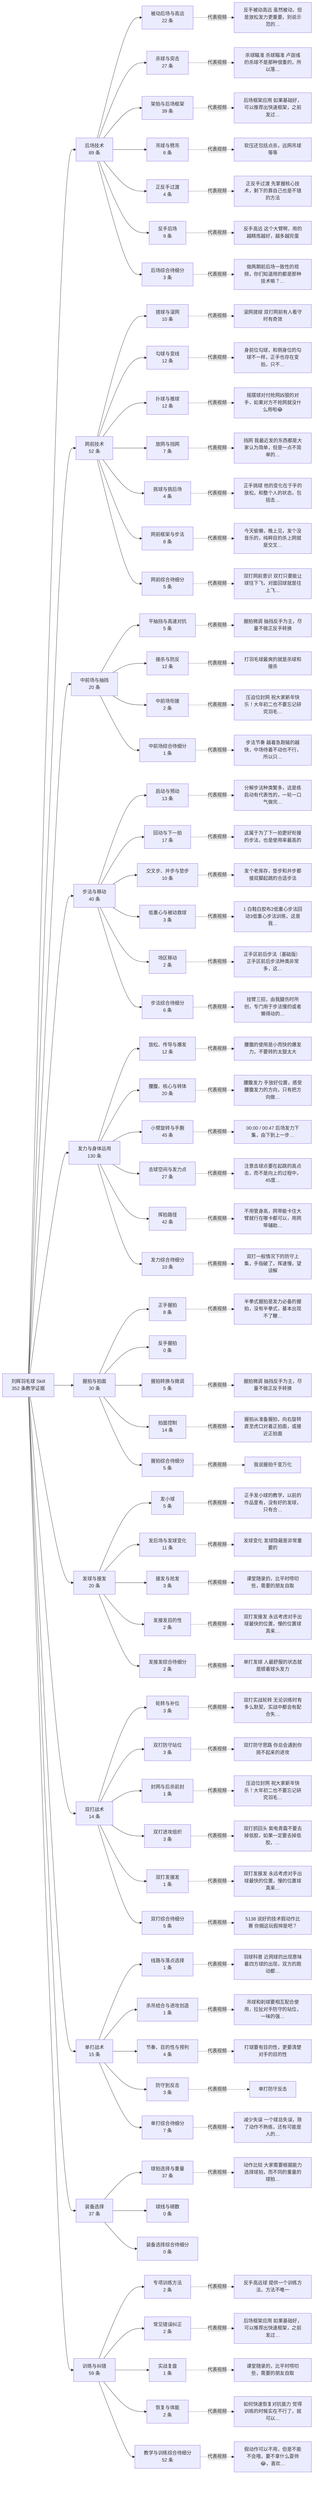
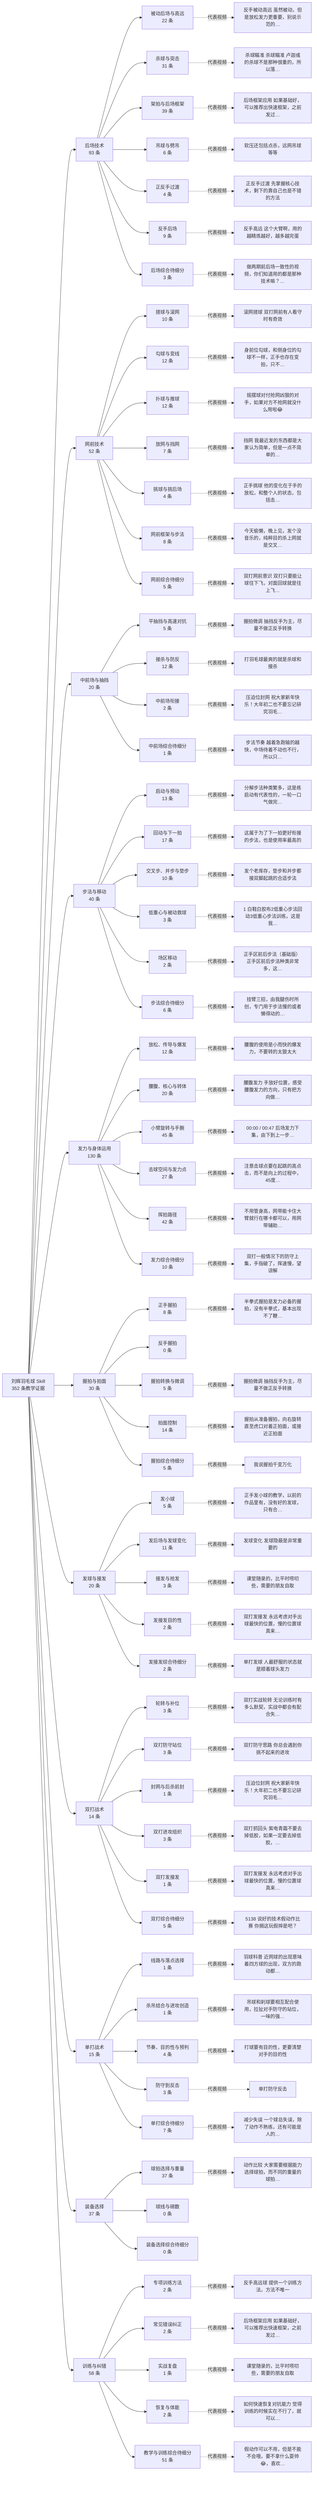
flowchart LR
  root["刘辉羽毛球 Skill<br/>352 条教学证据"]
-   c0["后场技术<br/>89 条"]
+   c0["后场技术<br/>93 条"]
  root --> c0
  s0_0["被动后场与高远<br/>22 条"]
  c0 --> s0_0
  v0_0["反手被动高远 虽然被动，但是放松发力更重要，别说示范的…"]
  s0_0 -.代表视频.-> v0_0
-   s0_1["杀球与突击<br/>27 条"]
+   s0_1["杀球与突击<br/>31 条"]
  c0 --> s0_1
  v0_1["杀球瞄准 杀球瞄准 卢迦彧的杀球不是那种很重的，所以落…"]
  s0_1 -.代表视频.-> v0_1
  s0_2["架拍与后场框架<br/>39 条"]
  c0 --> s0_2
  v0_2["后场框架应用 如果基础好，可以推荐出快速框架，之前发过…"]
  s0_2 -.代表视频.-> v0_2
  s0_3["吊球与劈吊<br/>6 条"]
  c0 --> s0_3
  v0_3["软压还包括点杀，远网吊球等等"]
  s0_3 -.代表视频.-> v0_3
  s0_4["正反手过渡<br/>4 条"]
  c0 --> s0_4
  v0_4["正反手过渡 先掌握核心技术，剩下的靠自己也是不错的方法"]
  s0_4 -.代表视频.-> v0_4
  s0_5["反手后场<br/>9 条"]
  c0 --> s0_5
  v0_5["反手高远 这个大臂啊，用的越精炼越好，越多越完蛋"]
  s0_5 -.代表视频.-> v0_5
  s0_6["后场综合待细分<br/>3 条"]
  c0 --> s0_6
  v0_6["做两期前后场一致性的视频，你们知道用的都是那种技术嘛？…"]
  s0_6 -.代表视频.-> v0_6
  c1["网前技术<br/>52 条"]
  root --> c1
  s1_0["搓球与滚网<br/>10 条"]
  c1 --> s1_0
  v1_0["滚网搓球 双打网前有人看守时有奇效"]
  s1_0 -.代表视频.-> v1_0
  s1_1["勾球与变线<br/>12 条"]
  c1 --> s1_1
  v1_1["身前位勾球，和侧身位的勾球不一样，正手也存在变拍，只不…"]
  s1_1 -.代表视频.-> v1_1
  s1_2["扑球与推球<br/>12 条"]
  c1 --> s1_2
  v1_2["摇摆球对付抢网凶狠的对手，如果对方不抢网就没什么用啦😂"]
  s1_2 -.代表视频.-> v1_2
  s1_3["放网与挡网<br/>7 条"]
  c1 --> s1_3
  v1_3["挡网 我最近发的东西都是大家认为简单，但是一点不简单的…"]
  s1_3 -.代表视频.-> v1_3
  s1_4["挑球与挑后场<br/>4 条"]
  c1 --> s1_4
  v1_4["正手挑球 他的变化在于手的放松，和整个人的状态，包括击…"]
  s1_4 -.代表视频.-> v1_4
  s1_5["网前框架与步法<br/>8 条"]
  c1 --> s1_5
  v1_5["今天偷懒，晚上见，发个没音乐的，纯粹目的杀上网就是交叉…"]
  s1_5 -.代表视频.-> v1_5
  s1_6["网前综合待细分<br/>5 条"]
  c1 --> s1_6
  v1_6["双打网前意识 双打只要能让球往下飞，对面回球就是往上飞…"]
  s1_6 -.代表视频.-> v1_6
  c2["中前场与抽挡<br/>20 条"]
  root --> c2
  s2_0["平抽挡与高速对抗<br/>5 条"]
  c2 --> s2_0
  v2_0["握拍微调 抽挡反手为主，尽量不做正反手转换"]
  s2_0 -.代表视频.-> v2_0
  s2_1["接杀与防反<br/>12 条"]
  c2 --> s2_1
  v2_1["打羽毛球最爽的就是杀球和接杀"]
  s2_1 -.代表视频.-> v2_1
  s2_2["中前场衔接<br/>2 条"]
  c2 --> s2_2
  v2_2["压迫位封网 祝大家新年快乐！大年初二也不要忘记研究羽毛…"]
  s2_2 -.代表视频.-> v2_2
  s2_3["中前场综合待细分<br/>1 条"]
  c2 --> s2_3
  v2_3["步法节奏 越着急跑输的越快，中场待着不动也不行，所以只…"]
  s2_3 -.代表视频.-> v2_3
  c3["步法与移动<br/>40 条"]
  root --> c3
  s3_0["启动与预动<br/>13 条"]
  c3 --> s3_0
  v3_0["分解步法种类繁多，这是练启动有代表性的，一轮一口气做完…"]
  s3_0 -.代表视频.-> v3_0
  s3_1["回动与下一拍<br/>17 条"]
  c3 --> s3_1
  v3_1["这属于为了下一拍更好衔接的步法，也是使用率最高的"]
  s3_1 -.代表视频.-> v3_1
  s3_2["交叉步、并步与垫步<br/>10 条"]
  c3 --> s3_2
  v3_2["发个老库存，垫步和并步都接双脚起跳的合适步法"]
  s3_2 -.代表视频.-> v3_2
  s3_3["低重心与被动救球<br/>3 条"]
  c3 --> s3_3
  v3_3["1 白鞋白胶布2低重心步法回动3低重心步法训练，这是我…"]
  s3_3 -.代表视频.-> v3_3
  s3_4["场区移动<br/>2 条"]
  c3 --> s3_4
  v3_4["正手区前后步法（基础版） 正手区前后步法种类非常多，这…"]
  s3_4 -.代表视频.-> v3_4
  s3_5["步法综合待细分<br/>6 条"]
  c3 --> s3_5
  v3_5["挂臂三招，由我腿伤时所创，专门用于步法慢的或者懒得动的…"]
  s3_5 -.代表视频.-> v3_5
  c4["发力与身体运用<br/>130 条"]
  root --> c4
  s4_0["放松、传导与爆发<br/>12 条"]
  c4 --> s4_0
  v4_0["腰腹的使用是小而快的爆发力，不要转的太狠太大"]
  s4_0 -.代表视频.-> v4_0
  s4_1["腰腹、核心与转体<br/>20 条"]
  c4 --> s4_1
  v4_1["腰腹发力 手放好位置，感受腰腹发力的方向，只有把方向做…"]
  s4_1 -.代表视频.-> v4_1
  s4_2["小臂旋转与手腕<br/>45 条"]
  c4 --> s4_2
  v4_2["00:00 / 00:47 后场发力下集，由下到上一步…"]
  s4_2 -.代表视频.-> v4_2
  s4_3["击球空间与发力点<br/>27 条"]
  c4 --> s4_3
  v4_3["注意击球点要在起跳的高点击，而不是向上的过程中，45度…"]
  s4_3 -.代表视频.-> v4_3
  s4_4["挥拍路径<br/>42 条"]
  c4 --> s4_4
  v4_4["不用管身高，网带能卡住大臂就行在哪卡都可以，用网带辅助…"]
  s4_4 -.代表视频.-> v4_4
  s4_5["发力综合待细分<br/>10 条"]
  c4 --> s4_5
  v4_5["双打一般情况下的防守上集，手指破了，挥速慢，望谅解"]
  s4_5 -.代表视频.-> v4_5
  c5["握拍与拍面<br/>30 条"]
  root --> c5
  s5_0["正手握拍<br/>8 条"]
  c5 --> s5_0
  v5_0["半拳式握拍是发力必备的握拍，没有半拳式，基本出现不了鞭…"]
  s5_0 -.代表视频.-> v5_0
  s5_1["反手握拍<br/>0 条"]
  c5 --> s5_1
  s5_2["握拍转换与微调<br/>5 条"]
  c5 --> s5_2
  v5_2["握拍微调 抽挡反手为主，尽量不做正反手转换"]
  s5_2 -.代表视频.-> v5_2
  s5_3["拍面控制<br/>14 条"]
  c5 --> s5_3
  v5_3["握拍从准备握拍，向右旋转直至虎口对着正拍面，或接近正拍面"]
  s5_3 -.代表视频.-> v5_3
  s5_4["握拍综合待细分<br/>5 条"]
  c5 --> s5_4
  v5_4["我说握拍千变万化"]
  s5_4 -.代表视频.-> v5_4
  c6["发球与接发<br/>20 条"]
  root --> c6
  s6_0["发小球<br/>5 条"]
  c6 --> s6_0
  v6_0["正手发小球的教学，以前的作品里有，没有好的发球，只有合…"]
  s6_0 -.代表视频.-> v6_0
  s6_1["发后场与发球变化<br/>11 条"]
  c6 --> s6_1
  v6_1["发球变化 发球隐蔽是非常重要的"]
  s6_1 -.代表视频.-> v6_1
  s6_2["接发与抢发<br/>3 条"]
  c6 --> s6_2
  v6_2["课堂随录的，比平时唠叨些，需要的朋友自取"]
  s6_2 -.代表视频.-> v6_2
  s6_3["发接发目的性<br/>2 条"]
  c6 --> s6_3
  v6_3["双打发接发 永远考虑对手出球最快的位置，慢的位置球真来…"]
  s6_3 -.代表视频.-> v6_3
  s6_4["发接发综合待细分<br/>2 条"]
  c6 --> s6_4
  v6_4["单打发球 人最舒服的状态就是顺着球头发力"]
  s6_4 -.代表视频.-> v6_4
  c7["双打战术<br/>14 条"]
  root --> c7
  s7_0["轮转与补位<br/>3 条"]
  c7 --> s7_0
  v7_0["双打实战轮转 无论训练时有多么默契，实战中都会有配合失…"]
  s7_0 -.代表视频.-> v7_0
  s7_1["双打防守站位<br/>3 条"]
  c7 --> s7_1
  v7_1["双打防守思路 你总会遇到你挑不起来的进攻"]
  s7_1 -.代表视频.-> v7_1
  s7_2["封网与后杀前封<br/>1 条"]
  c7 --> s7_2
  v7_2["压迫位封网 祝大家新年快乐！大年初二也不要忘记研究羽毛…"]
  s7_2 -.代表视频.-> v7_2
  s7_3["双打进攻组织<br/>3 条"]
  c7 --> s7_3
  v7_3["双打抓回头 紫电青霜不要去掉低胶，如果一定要去掉低胶，…"]
  s7_3 -.代表视频.-> v7_3
  s7_4["双打发接发<br/>1 条"]
  c7 --> s7_4
  v7_4["双打发接发 永远考虑对手出球最快的位置，慢的位置球真来…"]
  s7_4 -.代表视频.-> v7_4
  s7_5["双打综合待细分<br/>5 条"]
  c7 --> s7_5
  v7_5["5138 说好的技术假动作比赛 你搁这玩假摔是吧？"]
  s7_5 -.代表视频.-> v7_5
  c8["单打战术<br/>15 条"]
  root --> c8
  s8_0["线路与落点选择<br/>1 条"]
  c8 --> s8_0
  v8_0["羽球科普 近网球的出现意味着四方球的出现，双方的跑动都…"]
  s8_0 -.代表视频.-> v8_0
  s8_1["杀吊结合与进攻创造<br/>1 条"]
  c8 --> s8_1
  v8_1["吊球和刹球要相互配合使用，拉扯对手防守的站位，一味的强…"]
  s8_1 -.代表视频.-> v8_1
  s8_2["节奏、目的性与预判<br/>4 条"]
  c8 --> s8_2
  v8_2["打球要有目的性，更要清楚对手的目的性"]
  s8_2 -.代表视频.-> v8_2
  s8_3["防守到反击<br/>3 条"]
  c8 --> s8_3
  v8_3["单打防守反击"]
  s8_3 -.代表视频.-> v8_3
  s8_4["单打综合待细分<br/>7 条"]
  c8 --> s8_4
  v8_4["减少失误 一个球总失误，除了动作不熟练，还有可能是人的…"]
  s8_4 -.代表视频.-> v8_4
  c9["装备选择<br/>37 条"]
  root --> c9
  s9_0["球拍选择与重量<br/>37 条"]
  c9 --> s9_0
  v9_0["动作比较 大家需要根据能力选择球拍，而不同的重量的球拍…"]
  s9_0 -.代表视频.-> v9_0
  s9_1["球线与磅数<br/>0 条"]
  c9 --> s9_1
  s9_2["装备选择综合待细分<br/>0 条"]
  c9 --> s9_2
-   c10["训练与纠错<br/>59 条"]
+   c10["训练与纠错<br/>58 条"]
  root --> c10
  s10_0["专项训练方法<br/>2 条"]
  c10 --> s10_0
  v10_0["反手高远球 提供一个训练方法，方法不唯一"]
  s10_0 -.代表视频.-> v10_0
  s10_1["常见错误纠正<br/>2 条"]
  c10 --> s10_1
  v10_1["后场框架应用 如果基础好，可以推荐出快速框架，之前发过…"]
  s10_1 -.代表视频.-> v10_1
  s10_2["实战复盘<br/>1 条"]
  c10 --> s10_2
  v10_2["课堂随录的，比平时唠叨些，需要的朋友自取"]
  s10_2 -.代表视频.-> v10_2
  s10_3["恢复与体能<br/>2 条"]
  c10 --> s10_3
  v10_3["如何快速恢复对抗能力 觉得训练的时候实在不行了，就可以…"]
  s10_3 -.代表视频.-> v10_3
-   s10_4["教学与训练综合待细分<br/>52 条"]
+   s10_4["教学与训练综合待细分<br/>51 条"]
  c10 --> s10_4
  v10_4["假动作可以不用，但是不能不会哦，要不拿什么耍帅😂，喜欢…"]
  s10_4 -.代表视频.-> v10_4
